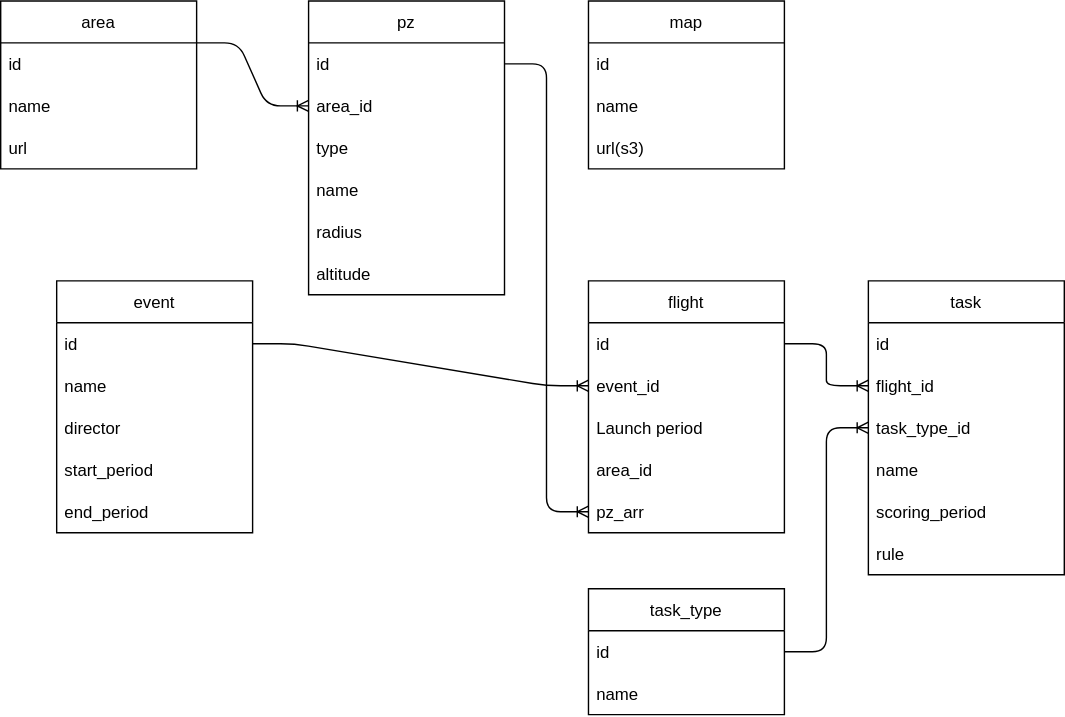
seita1996/flight_scoring keeps this draw.io diagram as back/er.drawio.svg. Above is the earlier version. Source tidied: cells renumbered, new cells last; positions are measured from the earlier drawing's top-left corner, leaving out a move shared by most shapes.
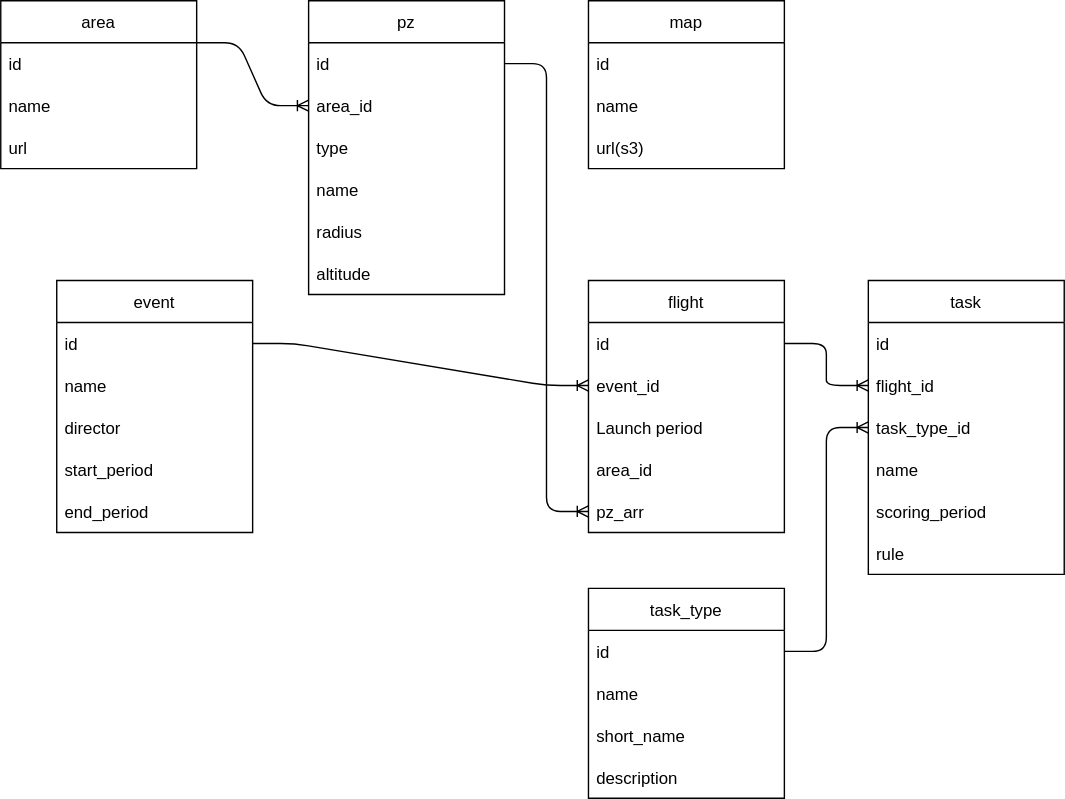
The same diagram one commit later.

Change to the diagram source:
```diff
@@ -66,13 +66,19 @@
       <mxGeometry relative="1" as="geometry" />
     </mxCell>
     <mxCell id="23" value="task_type" style="swimlane;fontStyle=0;horizontal=1;startSize=30;" parent="1" vertex="1">
-      <mxGeometry x="420" y="420" width="140" height="90" as="geometry" />
+      <mxGeometry x="420" y="420" width="140" height="150" as="geometry" />
     </mxCell>
     <mxCell id="24" value="id" style="text;strokeColor=none;fillColor=none;align=left;verticalAlign=middle;spacingLeft=4;spacingRight=4;overflow=hidden;points=[[0,0.5],[1,0.5]];portConstraint=eastwest;" parent="23" vertex="1">
       <mxGeometry y="30" width="140" height="30" as="geometry" />
     </mxCell>
+    <mxCell id="44" value="name" style="text;strokeColor=none;fillColor=none;align=left;verticalAlign=middle;spacingLeft=4;spacingRight=4;overflow=hidden;" parent="23" vertex="1">
+      <mxGeometry y="60" width="140" height="30" as="geometry" />
+    </mxCell>
+    <mxCell id="45" value="short_name" style="text;strokeColor=none;fillColor=none;align=left;verticalAlign=middle;spacingLeft=4;spacingRight=4;overflow=hidden;" parent="23" vertex="1">
+      <mxGeometry y="90" width="140" height="30" as="geometry" />
+    </mxCell>
-    <mxCell id="25" value="name" style="text;strokeColor=none;fillColor=none;align=left;verticalAlign=middle;spacingLeft=4;spacingRight=4;overflow=hidden;" parent="23" vertex="1">
-      <mxGeometry y="60" width="140" height="30" as="geometry" />
+    <mxCell id="25" value="description" style="text;strokeColor=none;fillColor=none;align=left;verticalAlign=middle;spacingLeft=4;spacingRight=4;overflow=hidden;" parent="23" vertex="1">
+      <mxGeometry y="120" width="140" height="30" as="geometry" />
     </mxCell>
     <mxCell id="26" style="edgeStyle=entityRelationEdgeStyle;fontSize=12;html=1;endArrow=ERoneToMany;exitX=1;exitY=0.5;exitDx=0;exitDy=0;" parent="1" edge="1" source="24">
       <mxGeometry relative="1" as="geometry">
```
